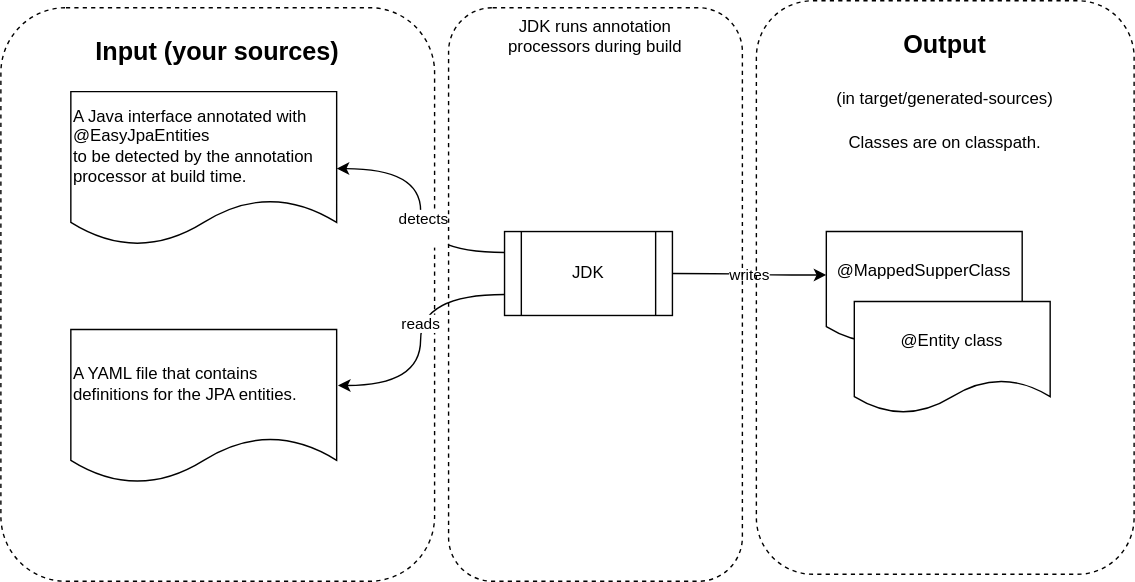
GerardPi/easy-jpa-entities keeps this draw.io diagram as doc/easy-jpa-entities-proces.svg. Above is the earlier version. Source tidied: cells renumbered, new cells last; positions are measured from the earlier drawing's top-left corner, leaving out a move shared by most shapes. The source it was exported from:
```xml
<mxGraphModel>
  <root>
    <mxCell id="0" />
    <mxCell id="1" parent="0" />
    <mxCell id="2" value="&lt;h2&gt;Input (your sources)&lt;br&gt;&lt;/h2&gt;" style="rounded=1;whiteSpace=wrap;html=1;fillColor=none;dashed=1;verticalAlign=top;" parent="1" vertex="1">
      <mxGeometry y="5" width="310" height="410" as="geometry" />
    </mxCell>
    <mxCell id="3" value="&lt;div align=&quot;left&quot;&gt;A Java interface annotated with&lt;/div&gt;&lt;div align=&quot;left&quot;&gt;@EasyJpaEntities&lt;/div&gt;&lt;div align=&quot;left&quot;&gt;to be detected by the annotation processor at build time.&lt;br&gt;&lt;/div&gt;" style="shape=document;whiteSpace=wrap;html=1;boundedLbl=1;align=left;" parent="1" vertex="1">
      <mxGeometry x="50" y="65" width="190" height="110" as="geometry" />
    </mxCell>
    <mxCell id="4" value="A YAML file that contains definitions for the JPA entities." style="shape=document;whiteSpace=wrap;html=1;boundedLbl=1;align=left;" parent="1" vertex="1">
      <mxGeometry x="50" y="235" width="190" height="110" as="geometry" />
    </mxCell>
    <mxCell id="5" style="edgeStyle=orthogonalEdgeStyle;rounded=0;jettySize=auto;html=1;exitX=0;exitY=0.25;exitDx=0;exitDy=0;entryX=1;entryY=0.5;entryDx=0;entryDy=0;curved=1;" parent="1" edge="1" source="7" target="3">
      <mxGeometry relative="1" as="geometry" />
    </mxCell>
    <mxCell id="6" value="&lt;div&gt;detects&lt;/div&gt;&lt;div&gt;&lt;br&gt;&lt;/div&gt;" style="edgeLabel;html=1;align=center;verticalAlign=middle;" parent="5" vertex="1">
      <mxGeometry x="-0.13" y="-1" relative="1" as="geometry" />
    </mxCell>
    <mxCell id="7" value="JDK" style="shape=process;whiteSpace=wrap;html=1;backgroundOutline=1;" parent="1" vertex="1">
      <mxGeometry x="360" y="165" width="120" height="60" as="geometry" />
    </mxCell>
    <mxCell id="8" value="@MappedSupperClass" style="shape=document;whiteSpace=wrap;html=1;boundedLbl=1;" parent="1" vertex="1">
      <mxGeometry x="590" y="165" width="140" height="80" as="geometry" />
    </mxCell>
    <mxCell id="9" value="@Entity class" style="shape=document;whiteSpace=wrap;html=1;boundedLbl=1;" parent="1" vertex="1">
      <mxGeometry x="610" y="215" width="140" height="80" as="geometry" />
    </mxCell>
    <mxCell id="10" style="edgeStyle=orthogonalEdgeStyle;rounded=0;jettySize=auto;html=1;exitX=0;exitY=0.75;exitDx=0;exitDy=0;entryX=1.005;entryY=0.364;entryDx=0;entryDy=0;curved=1;entryPerimeter=0;" parent="1" edge="1" source="7" target="4">
      <mxGeometry relative="1" as="geometry" />
    </mxCell>
    <mxCell id="11" value="reads" style="edgeLabel;html=1;align=center;verticalAlign=middle;" parent="10" vertex="1">
      <mxGeometry x="-0.13" y="-1" relative="1" as="geometry" />
    </mxCell>
    <mxCell id="12" value="writes" style="edgeStyle=orthogonalEdgeStyle;rounded=0;jettySize=auto;html=1;exitX=1;exitY=0.5;exitDx=0;exitDy=0;entryX=0;entryY=0.388;entryDx=0;entryDy=0;curved=1;entryPerimeter=0;" parent="1" edge="1" source="7" target="8">
      <mxGeometry relative="1" as="geometry" />
    </mxCell>
    <mxCell id="13" value="&lt;h2&gt;Output &lt;br&gt;&lt;/h2&gt;&lt;h2&gt;&lt;span style=&quot;font-weight: normal ; font-size: 12px&quot;&gt;(in target/generated-sources)&lt;/span&gt;&lt;br&gt;&lt;/h2&gt;&lt;div&gt;Classes are on classpath. &lt;br&gt;&lt;/div&gt;" style="rounded=1;whiteSpace=wrap;html=1;fillColor=none;dashed=1;verticalAlign=top;" parent="1" vertex="1">
      <mxGeometry x="540" width="270" height="410" as="geometry" />
    </mxCell>
    <mxCell id="14" value="&lt;div&gt;JDK runs annotation &lt;br&gt;&lt;/div&gt;&lt;div&gt;processors during build&lt;/div&gt;" style="rounded=1;whiteSpace=wrap;html=1;fillColor=none;dashed=1;verticalAlign=top;" parent="1" vertex="1">
      <mxGeometry x="320" y="5" width="210" height="410" as="geometry" />
    </mxCell>
  </root>
</mxGraphModel>
```
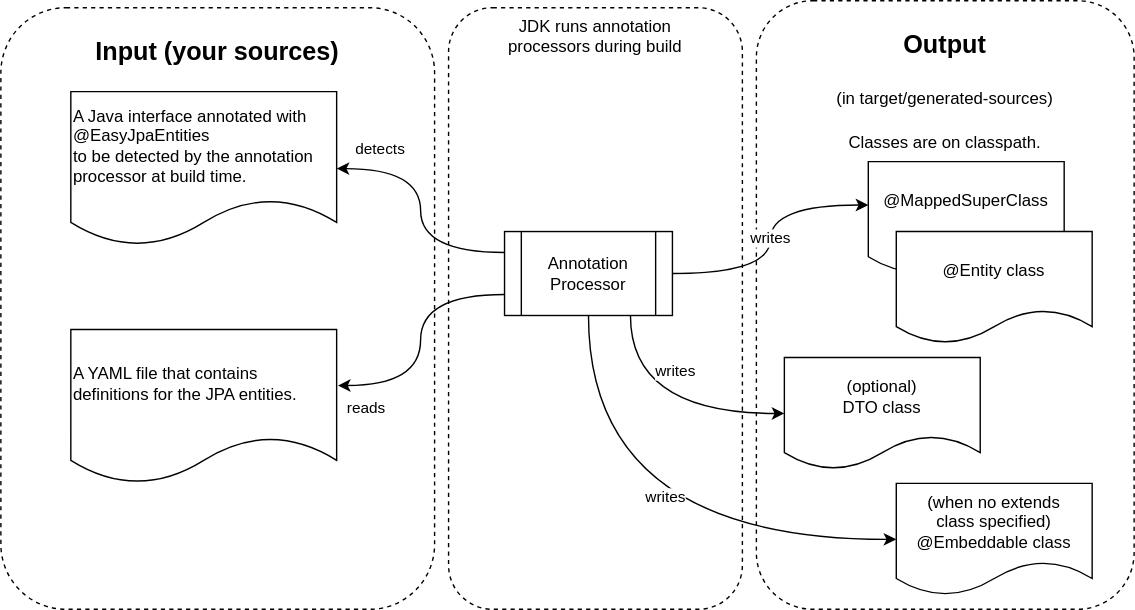
After the commit.

Commit message:
Adjusted diagram

The edit, as a diff of the source:
```diff
@@ -2,8 +2,14 @@
   <root>
     <mxCell id="0" />
     <mxCell id="1" parent="0" />
+    <mxCell id="14" value="&lt;div&gt;JDK runs annotation &lt;br&gt;&lt;/div&gt;&lt;div&gt;processors during build&lt;/div&gt;" style="rounded=1;whiteSpace=wrap;html=1;fillColor=none;dashed=1;verticalAlign=top;" parent="1" vertex="1">
+      <mxGeometry x="320" y="5" width="210" height="430" as="geometry" />
+    </mxCell>
+    <mxCell id="13" value="&lt;h2&gt;Output &lt;br&gt;&lt;/h2&gt;&lt;h2&gt;&lt;span style=&quot;font-weight: normal ; font-size: 12px&quot;&gt;(in target/generated-sources)&lt;/span&gt;&lt;br&gt;&lt;/h2&gt;&lt;div&gt;Classes are on classpath. &lt;br&gt;&lt;/div&gt;" style="rounded=1;whiteSpace=wrap;html=1;fillColor=none;dashed=1;verticalAlign=top;" parent="1" vertex="1">
+      <mxGeometry x="540" width="270" height="435" as="geometry" />
+    </mxCell>
     <mxCell id="2" value="&lt;h2&gt;Input (your sources)&lt;br&gt;&lt;/h2&gt;" style="rounded=1;whiteSpace=wrap;html=1;fillColor=none;dashed=1;verticalAlign=top;" parent="1" vertex="1">
-      <mxGeometry y="5" width="310" height="410" as="geometry" />
+      <mxGeometry y="5" width="310" height="430" as="geometry" />
     </mxCell>
     <mxCell id="3" value="&lt;div align=&quot;left&quot;&gt;A Java interface annotated with&lt;/div&gt;&lt;div align=&quot;left&quot;&gt;@EasyJpaEntities&lt;/div&gt;&lt;div align=&quot;left&quot;&gt;to be detected by the annotation processor at build time.&lt;br&gt;&lt;/div&gt;" style="shape=document;whiteSpace=wrap;html=1;boundedLbl=1;align=left;" parent="1" vertex="1">
       <mxGeometry x="50" y="65" width="190" height="110" as="geometry" />
@@ -14,32 +20,42 @@
     <mxCell id="5" style="edgeStyle=orthogonalEdgeStyle;rounded=0;jettySize=auto;html=1;exitX=0;exitY=0.25;exitDx=0;exitDy=0;entryX=1;entryY=0.5;entryDx=0;entryDy=0;curved=1;" parent="1" edge="1" source="7" target="3">
       <mxGeometry relative="1" as="geometry" />
     </mxCell>
-    <mxCell id="6" value="&lt;div&gt;detects&lt;/div&gt;&lt;div&gt;&lt;br&gt;&lt;/div&gt;" style="edgeLabel;html=1;align=center;verticalAlign=middle;" parent="5" vertex="1">
-      <mxGeometry x="-0.13" y="-1" relative="1" as="geometry" />
+    <mxCell id="6" value="&lt;div&gt;detects&lt;/div&gt;" style="edgeLabel;html=1;align=center;verticalAlign=middle;" parent="5" vertex="1">
+      <mxGeometry x="-0.13" y="-1" relative="1" as="geometry">
+        <mxPoint x="-31" y="-57" as="offset" />
+      </mxGeometry>
     </mxCell>
-    <mxCell id="7" value="JDK" style="shape=process;whiteSpace=wrap;html=1;backgroundOutline=1;" parent="1" vertex="1">
+    <mxCell id="7" value="&lt;div&gt;Annotation&lt;/div&gt;&lt;div&gt;Processor&lt;/div&gt;" style="shape=process;whiteSpace=wrap;html=1;backgroundOutline=1;" parent="1" vertex="1">
       <mxGeometry x="360" y="165" width="120" height="60" as="geometry" />
     </mxCell>
-    <mxCell id="8" value="@MappedSupperClass" style="shape=document;whiteSpace=wrap;html=1;boundedLbl=1;" parent="1" vertex="1">
-      <mxGeometry x="590" y="165" width="140" height="80" as="geometry" />
+    <mxCell id="8" value="@MappedSuperClass" style="shape=document;whiteSpace=wrap;html=1;boundedLbl=1;" parent="1" vertex="1">
+      <mxGeometry x="620" y="115" width="140" height="80" as="geometry" />
     </mxCell>
     <mxCell id="9" value="@Entity class" style="shape=document;whiteSpace=wrap;html=1;boundedLbl=1;" parent="1" vertex="1">
-      <mxGeometry x="610" y="215" width="140" height="80" as="geometry" />
+      <mxGeometry x="640" y="165" width="140" height="80" as="geometry" />
     </mxCell>
     <mxCell id="10" style="edgeStyle=orthogonalEdgeStyle;rounded=0;jettySize=auto;html=1;exitX=0;exitY=0.75;exitDx=0;exitDy=0;entryX=1.005;entryY=0.364;entryDx=0;entryDy=0;curved=1;entryPerimeter=0;" parent="1" edge="1" source="7" target="4">
       <mxGeometry relative="1" as="geometry" />
     </mxCell>
     <mxCell id="11" value="reads" style="edgeLabel;html=1;align=center;verticalAlign=middle;" parent="10" vertex="1">
-      <mxGeometry x="-0.13" y="-1" relative="1" as="geometry" />
+      <mxGeometry x="-0.13" y="-1" relative="1" as="geometry">
+        <mxPoint x="-39" y="60" as="offset" />
+      </mxGeometry>
     </mxCell>
     <mxCell id="12" value="writes" style="edgeStyle=orthogonalEdgeStyle;rounded=0;jettySize=auto;html=1;exitX=1;exitY=0.5;exitDx=0;exitDy=0;entryX=0;entryY=0.388;entryDx=0;entryDy=0;curved=1;entryPerimeter=0;" parent="1" edge="1" source="7" target="8">
       <mxGeometry relative="1" as="geometry" />
     </mxCell>
-    <mxCell id="13" value="&lt;h2&gt;Output &lt;br&gt;&lt;/h2&gt;&lt;h2&gt;&lt;span style=&quot;font-weight: normal ; font-size: 12px&quot;&gt;(in target/generated-sources)&lt;/span&gt;&lt;br&gt;&lt;/h2&gt;&lt;div&gt;Classes are on classpath. &lt;br&gt;&lt;/div&gt;" style="rounded=1;whiteSpace=wrap;html=1;fillColor=none;dashed=1;verticalAlign=top;" parent="1" vertex="1">
-      <mxGeometry x="540" width="270" height="410" as="geometry" />
-    </mxCell>
-    <mxCell id="14" value="&lt;div&gt;JDK runs annotation &lt;br&gt;&lt;/div&gt;&lt;div&gt;processors during build&lt;/div&gt;" style="rounded=1;whiteSpace=wrap;html=1;fillColor=none;dashed=1;verticalAlign=top;" parent="1" vertex="1">
-      <mxGeometry x="320" y="5" width="210" height="410" as="geometry" />
-    </mxCell>
+    <mxCell id="15" value="&lt;div&gt;(when no extends &lt;br&gt;&lt;/div&gt;&lt;div&gt;class specified)&lt;/div&gt;&lt;div&gt;@Embeddable class&lt;/div&gt;" style="shape=document;whiteSpace=wrap;html=1;boundedLbl=1;" parent="1" vertex="1">
+      <mxGeometry x="640" y="345" width="140" height="80" as="geometry" />
+    </mxCell>
+    <mxCell id="16" value="writes" style="edgeStyle=orthogonalEdgeStyle;rounded=0;jettySize=auto;html=1;entryX=0;entryY=0.5;entryDx=0;entryDy=0;curved=1;exitX=0.5;exitY=1;exitDx=0;exitDy=0;" parent="1" edge="1" source="7" target="15">
+      <mxGeometry x="0.13" y="30" relative="1" as="geometry" />
+    </mxCell>
+    <mxCell id="17" value="&lt;div&gt;(optional)&lt;/div&gt;&lt;div&gt;DTO class&lt;/div&gt;" style="shape=document;whiteSpace=wrap;html=1;boundedLbl=1;" parent="1" vertex="1">
+      <mxGeometry x="560" y="255" width="140" height="80" as="geometry" />
+    </mxCell>
+    <mxCell id="18" value="writes" style="edgeStyle=orthogonalEdgeStyle;rounded=0;jettySize=auto;html=1;entryX=0;entryY=0.5;entryDx=0;entryDy=0;curved=1;exitX=0.75;exitY=1;exitDx=0;exitDy=0;" parent="1" edge="1" source="7" target="17">
+      <mxGeometry x="0.13" y="30" relative="1" as="geometry" />
+    </mxCell>
   </root>
 </mxGraphModel>
```
